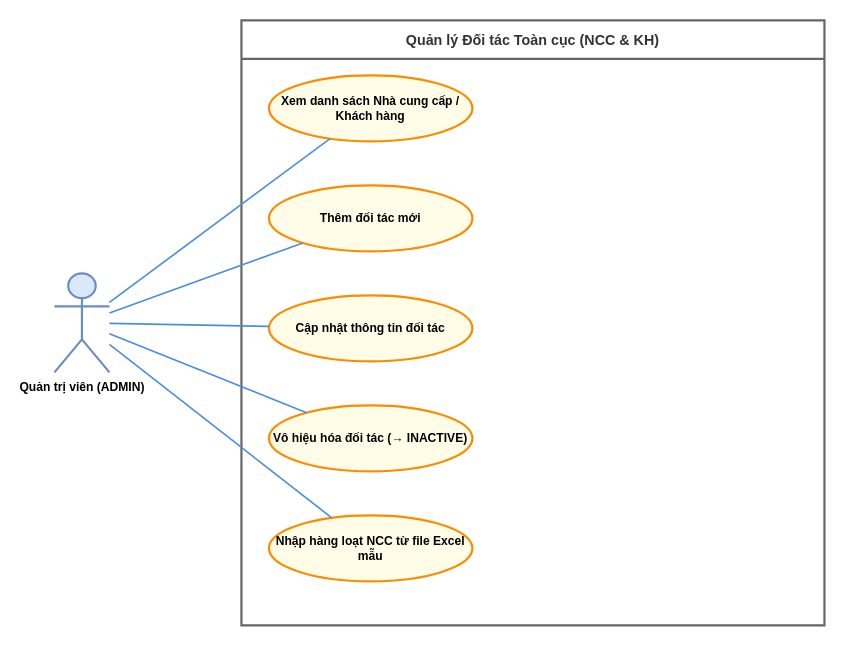
Earlier version of the draw.io diagram UseCase/ADMIN/13_quan_ly_doi_tac.drawio (Nghiatv2006/KhoHang). Source tidied: cells renumbered, new cells numbered last; positions are measured from the earlier drawing's top-left corner, leaving out a move shared by most shapes. Both pictures are drawn from the tidied source at 110%, with x=0, y=0 at pixel (54, 20).
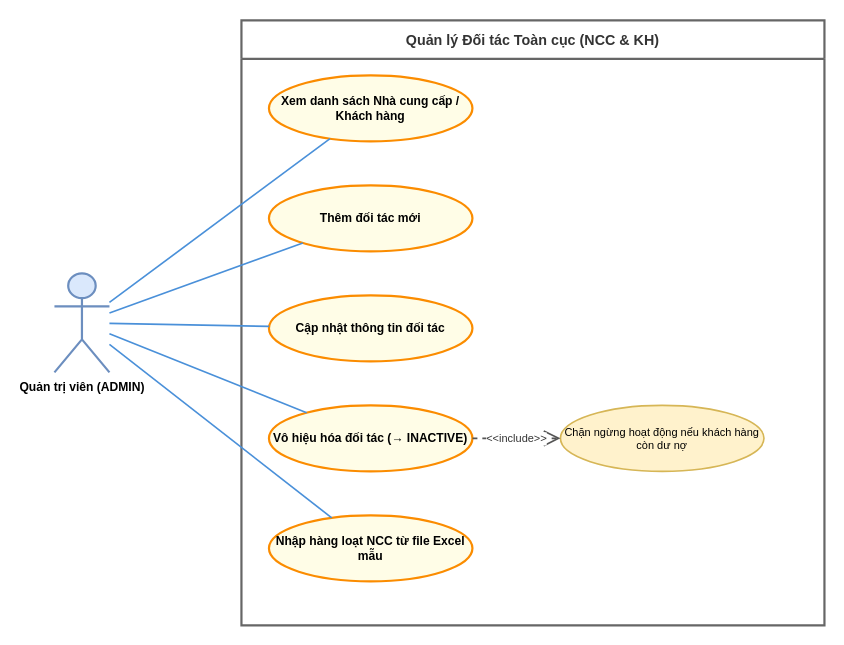
Above is the later version.

Change to the diagram source:
```diff
@@
 <mxGraphModel>
   <root>
     <mxCell id="0" />
     <mxCell id="1" parent="0" />
     <mxCell id="2" value="Quản lý Đối tác Toàn cục (NCC &amp; KH)" style="swimlane;startSize=35;whiteSpace=wrap;html=1;fontStyle=1;fontSize=13;                    fillColor=#f5f5f5;strokeColor=#666666;strokeWidth=2;fontColor=#333333;align=center;" parent="1" vertex="1">
       <mxGeometry x="170" width="530" height="550" as="geometry" />
     </mxCell>
+    <mxCell id="14" value="Chặn ngừng hoạt động nếu khách hàng còn dư nợ" style="ellipse;whiteSpace=wrap;html=1;fillColor=#fff2cc;strokeColor=#d6b656;strokeWidth=1.5;fontSize=10;align=center;" parent="2" vertex="1">
+      <mxGeometry x="290" y="350" width="185" height="60" as="geometry" />
+    </mxCell>
     <mxCell id="3" value="Quản trị viên (ADMIN)" style="shape=umlActor;verticalLabelPosition=bottom;verticalAlign=top;html=1;                    outlineConnect=0;fillColor=#dae8fc;strokeColor=#6c8ebf;strokeWidth=2;                    fontColor=#1a1a1a;fontStyle=1;fontSize=11;" parent="1" vertex="1">
       <mxGeometry y="230" width="50" height="90" as="geometry" />
     </mxCell>
     <mxCell id="4" value="Xem danh sách Nhà cung cấp / Khách hàng" style="ellipse;whiteSpace=wrap;html=1;fillColor=#fffde7;strokeColor=#fb8c00;strokeWidth=2;fontStyle=1;fontSize=11;align=center;" parent="1" vertex="1">
       <mxGeometry x="195" y="50" width="185" height="60" as="geometry" />
     </mxCell>
     <mxCell id="5" value="Thêm đối tác mới" style="ellipse;whiteSpace=wrap;html=1;fillColor=#fffde7;strokeColor=#fb8c00;strokeWidth=2;fontStyle=1;fontSize=11;align=center;" parent="1" vertex="1">
       <mxGeometry x="195" y="150" width="185" height="60" as="geometry" />
     </mxCell>
     <mxCell id="6" value="Cập nhật thông tin đối tác" style="ellipse;whiteSpace=wrap;html=1;fillColor=#fffde7;strokeColor=#fb8c00;strokeWidth=2;fontStyle=1;fontSize=11;align=center;" parent="1" vertex="1">
       <mxGeometry x="195" y="250" width="185" height="60" as="geometry" />
     </mxCell>
     <mxCell id="7" value="Vô hiệu hóa đối tác (→ INACTIVE)" style="ellipse;whiteSpace=wrap;html=1;fillColor=#fffde7;strokeColor=#fb8c00;strokeWidth=2;fontStyle=1;fontSize=11;align=center;" parent="1" vertex="1">
       <mxGeometry x="195" y="350" width="185" height="60" as="geometry" />
     </mxCell>
     <mxCell id="8" value="Nhập hàng loạt NCC từ file Excel mẫu" style="ellipse;whiteSpace=wrap;html=1;fillColor=#fffde7;strokeColor=#fb8c00;strokeWidth=2;fontStyle=1;fontSize=11;align=center;" parent="1" vertex="1">
       <mxGeometry x="195" y="450" width="185" height="60" as="geometry" />
     </mxCell>
     <mxCell id="9" style="endArrow=none;html=1;rounded=0;strokeColor=#4a90d9;strokeWidth=1.5;" parent="1" edge="1" source="3" target="4">
       <mxGeometry relative="1" as="geometry" />
     </mxCell>
     <mxCell id="10" style="endArrow=none;html=1;rounded=0;strokeColor=#4a90d9;strokeWidth=1.5;" parent="1" edge="1" source="3" target="5">
       <mxGeometry relative="1" as="geometry" />
     </mxCell>
     <mxCell id="11" style="endArrow=none;html=1;rounded=0;strokeColor=#4a90d9;strokeWidth=1.5;" parent="1" edge="1" source="3" target="6">
       <mxGeometry relative="1" as="geometry" />
     </mxCell>
     <mxCell id="12" style="endArrow=none;html=1;rounded=0;strokeColor=#4a90d9;strokeWidth=1.5;" parent="1" edge="1" source="3" target="7">
       <mxGeometry relative="1" as="geometry" />
     </mxCell>
     <mxCell id="13" style="endArrow=none;html=1;rounded=0;strokeColor=#4a90d9;strokeWidth=1.5;" parent="1" edge="1" source="3" target="8">
       <mxGeometry relative="1" as="geometry" />
     </mxCell>
+    <mxCell id="15" value="&amp;lt;&amp;lt;include&amp;gt;&amp;gt;" style="endArrow=open;endSize=12;dashed=1;html=1;rounded=0;strokeColor=#555555;strokeWidth=1.5;labelBackgroundColor=#ffffff;fontColor=#333333;fontSize=10;align=center;" parent="1" edge="1" source="7" target="14">
+      <mxGeometry relative="1" as="geometry" />
+    </mxCell>
   </root>
 </mxGraphModel>
```
